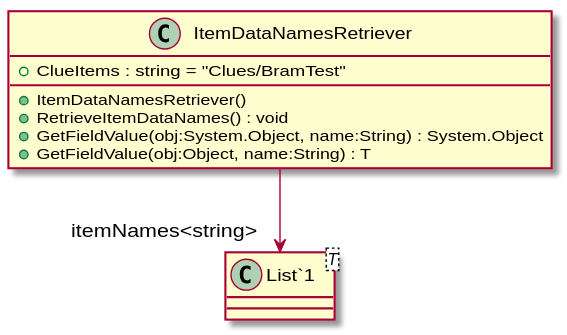
The PlantUML diagram UML/Dialogue/Editor/Graph/ItemDataNamesRetriever.svg in robinsuurs/Mallow_Mysterie, before a commit. Its diagram source:
```plantuml
@startuml
class ItemDataNamesRetriever {
    + ClueItems : string = "Clues/BramTest"
    + ItemDataNamesRetriever()
    + RetrieveItemDataNames() : void
    + GetFieldValue(obj:System.Object, name:String) : System.Object
    + GetFieldValue(obj:Object, name:String) : T
}
class "List`1"<T> {
}
ItemDataNamesRetriever --> "itemNames<string>" "List`1"
@enduml
```
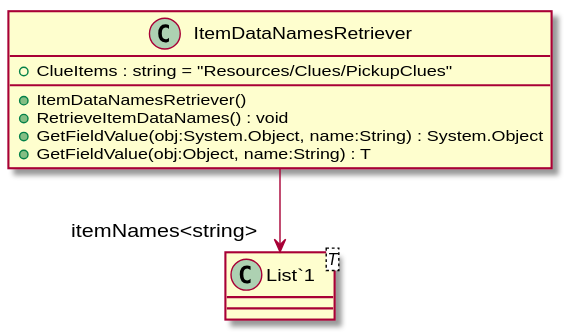
Above is the later version.

What changed in the source:
```diff
@@ -1,6 +1,6 @@
 @startuml
 class ItemDataNamesRetriever {
-    + ClueItems : string = "Clues/BramTest"
+    + ClueItems : string = "Resources/Clues/PickupClues"
     + ItemDataNamesRetriever()
     + RetrieveItemDataNames() : void
     + GetFieldValue(obj:System.Object, name:String) : System.Object
```
